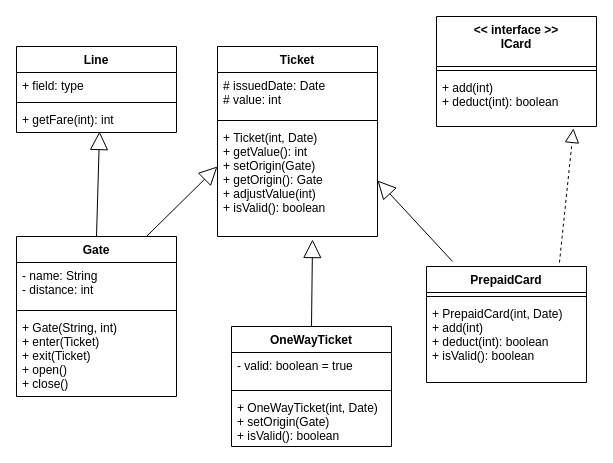
Earlier version of the draw.io diagram Ga.drawio (Z-techIT/Aims). Source tidied: cells renumbered, new cells numbered last; positions are measured from the earlier drawing's top-left corner, leaving out a move shared by most shapes. Both pictures are drawn from the tidied source at 100%, with x=0, y=0 at pixel (16, 16).
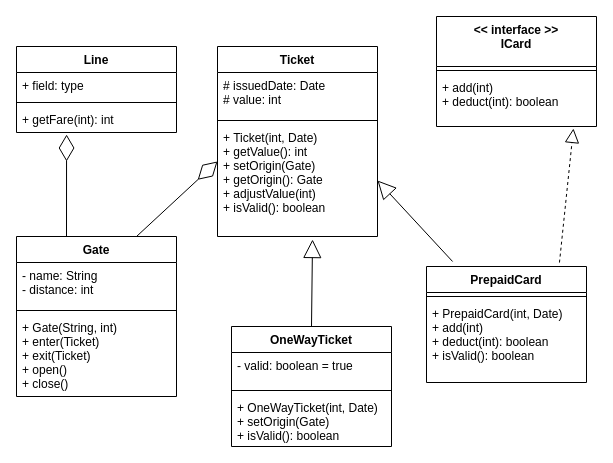
Above is the later version.

Unchanged cells that the change refers to:
```xml
<mxCell id="5" value="+ getFare(int): int" style="text;strokeColor=none;fillColor=none;align=left;verticalAlign=top;spacingLeft=4;spacingRight=4;overflow=hidden;points=[[0,0.5],[1,0.5]];portConstraint=eastwest;" parent="2" vertex="1">
  <mxGeometry y="60" width="160" height="26" as="geometry" />
</mxCell>
<mxCell id="9" value="+ Ticket(int, Date)&#10;+ getValue(): int&#10;+ setOrigin(Gate)&#10;+ getOrigin(): Gate&#10;+ adjustValue(int)&#10;+ isValid(): boolean&#10;" style="text;strokeColor=none;fillColor=none;align=left;verticalAlign=top;spacingLeft=4;spacingRight=4;overflow=hidden;points=[[0,0.5],[1,0.5]];portConstraint=eastwest;" parent="6" vertex="1">
  <mxGeometry y="78" width="160" height="112" as="geometry" />
</mxCell>
<mxCell id="10" value="Gate" style="swimlane;fontStyle=1;align=center;verticalAlign=top;horizontal=1;startSize=26;" parent="1" vertex="1">
  <mxGeometry y="220" width="160" height="160" as="geometry" />
</mxCell>
```

The edit, as a diff of the source:
```diff
@@
-    <mxCell id="24" style="endArrow=block;endSize=16;endFill=0;html=1;rounded=0;entryX=0.519;entryY=0.962;entryDx=0;entryDy=0;entryPerimeter=0;exitX=0.5;exitY=0;exitDx=0;exitDy=0;" parent="1" edge="1" source="10" target="5">
-      <mxGeometry y="44" relative="1" as="geometry" />
-    </mxCell>
-    <mxCell id="25" style="endArrow=block;endSize=16;endFill=0;html=1;rounded=0;entryX=0;entryY=0.375;entryDx=0;entryDy=0;entryPerimeter=0;exitX=0.5;exitY=0;exitDx=0;exitDy=0;" parent="1" edge="1" target="9">
-      <mxGeometry y="44" relative="1" as="geometry">
-        <mxPoint x="130" y="220" as="sourcePoint" />
-      </mxGeometry>
-    </mxCell>
@@
+    <mxCell id="29" style="endArrow=diamondThin;endFill=0;endSize=24;html=1;rounded=0;entryX=0;entryY=0.33;entryDx=0;entryDy=0;entryPerimeter=0;exitX=0.75;exitY=0;exitDx=0;exitDy=0;" parent="1" edge="1" source="10" target="9">
+      <mxGeometry relative="1" as="geometry" />
+    </mxCell>
+    <mxCell id="30" style="endArrow=diamondThin;endFill=0;endSize=24;html=1;rounded=0;entryX=0.313;entryY=1.077;entryDx=0;entryDy=0;entryPerimeter=0;exitX=0.75;exitY=0;exitDx=0;exitDy=0;" parent="1" edge="1" target="5">
+      <mxGeometry relative="1" as="geometry">
+        <mxPoint x="50" y="220" as="sourcePoint" />
+      </mxGeometry>
+    </mxCell>
```
